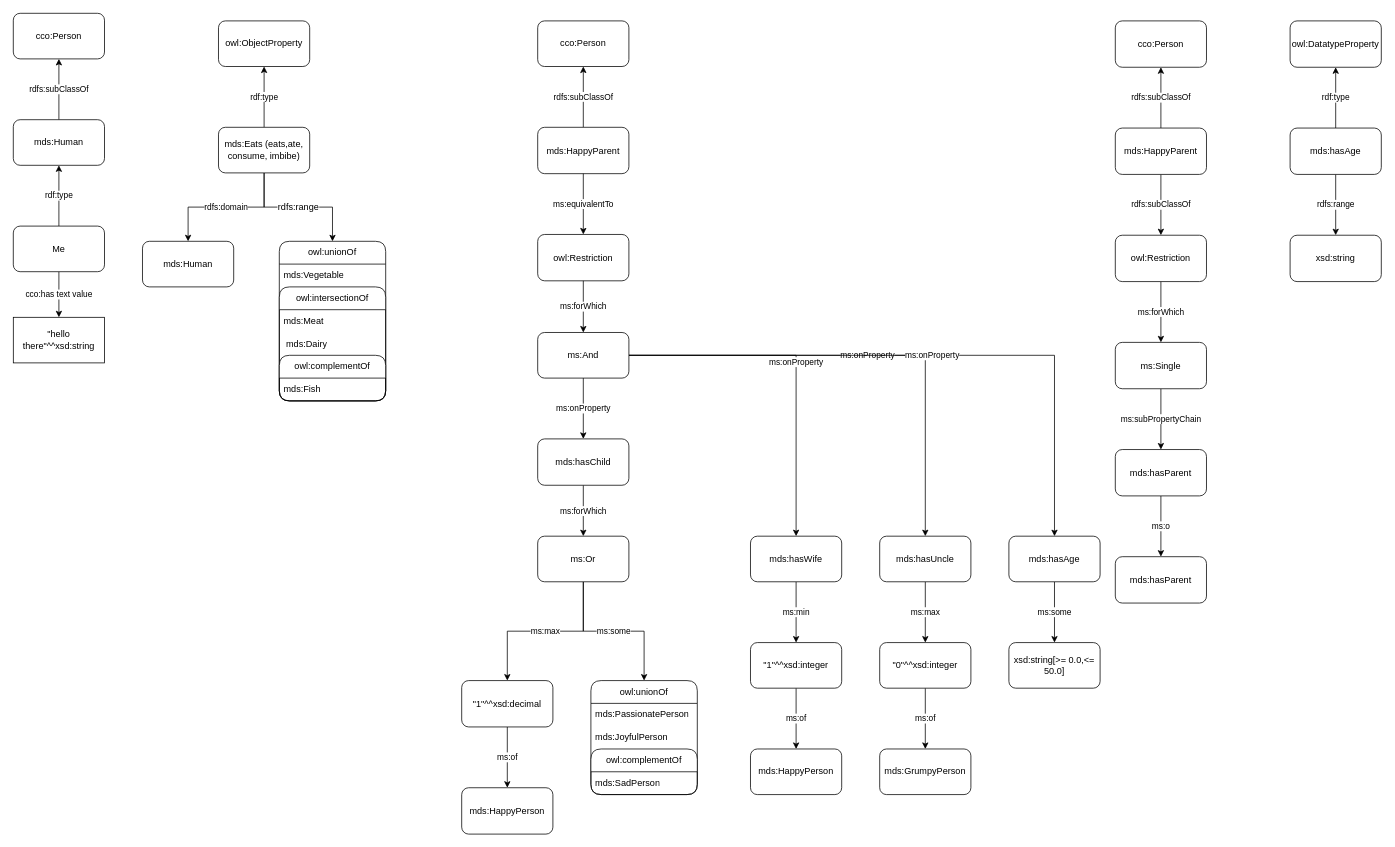
Earlier version of the draw.io diagram sandbox/axiom-test.drawio (cwru-sdle/CEMENTO). Source tidied: cells renumbered, new cells numbered last; positions are measured from the earlier drawing's top-left corner, leaving out a move shared by most shapes. Both pictures are drawn from the tidied source at 76%, with x=0, y=0 at pixel (13, 13).
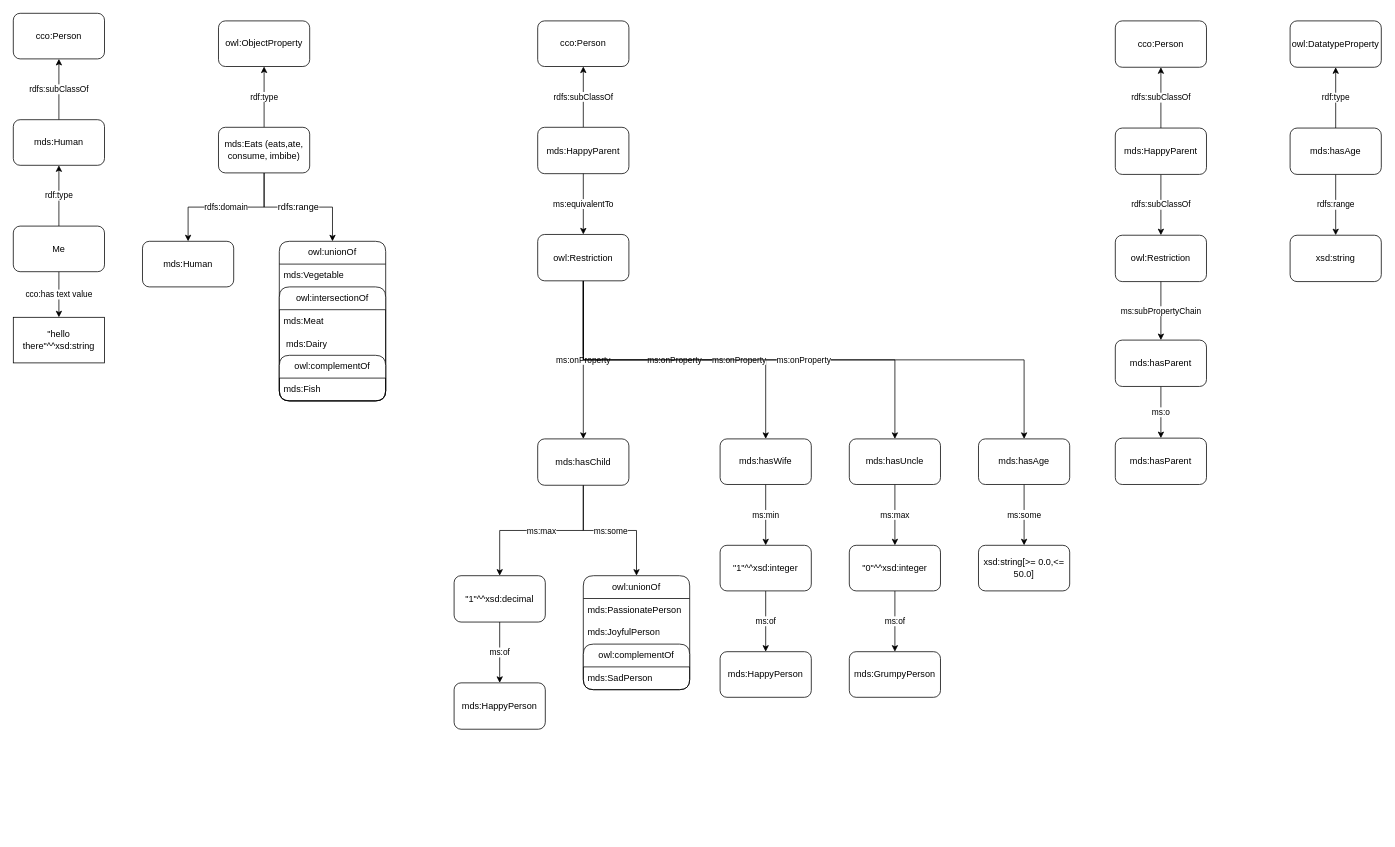
The same diagram, later.

Commit message:
updated example for testing

Unchanged cells that the change refers to:
```xml
<mxCell id="19" value="owl:Restriction" style="rounded=1;whiteSpace=wrap;html=1;" parent="1" vertex="1">
  <mxGeometry x="690" y="291" width="120" height="61" as="geometry" />
</mxCell>
<mxCell id="21" value="mds:hasChild" style="rounded=1;whiteSpace=wrap;html=1;" parent="1" vertex="1">
  <mxGeometry x="690" y="560" width="120" height="61" as="geometry" />
</mxCell>
<mxCell id="49" value="owl:Restriction" style="rounded=1;whiteSpace=wrap;html=1;" parent="1" vertex="1">
  <mxGeometry x="1450" y="292" width="120" height="61" as="geometry" />
</mxCell>
```

The edit, as a diff of the source:
```diff
@@
+    <mxCell id="75" value="ms:onProperty" style="edgeStyle=orthogonalEdgeStyle;rounded=0;jettySize=auto;html=1;exitX=0.5;exitY=1;exitDx=0;exitDy=0;entryX=0.5;entryY=0;entryDx=0;entryDy=0;" parent="1" edge="1" source="19" target="21">
+      <mxGeometry relative="1" as="geometry" />
+    </mxCell>
+    <mxCell id="76" value="ms:onProperty" style="edgeStyle=orthogonalEdgeStyle;rounded=0;jettySize=auto;html=1;exitX=0.5;exitY=1;exitDx=0;exitDy=0;entryX=0.5;entryY=0;entryDx=0;entryDy=0;" parent="1" edge="1" source="19" target="34">
+      <mxGeometry relative="1" as="geometry" />
+    </mxCell>
+    <mxCell id="77" value="ms:onProperty" style="edgeStyle=orthogonalEdgeStyle;rounded=0;jettySize=auto;html=1;exitX=0.5;exitY=1;exitDx=0;exitDy=0;entryX=0.5;entryY=0;entryDx=0;entryDy=0;" parent="1" edge="1" source="19" target="63">
+      <mxGeometry relative="1" as="geometry" />
+    </mxCell>
+    <mxCell id="78" value="ms:onProperty" style="edgeStyle=orthogonalEdgeStyle;rounded=0;jettySize=auto;html=1;exitX=0.5;exitY=1;exitDx=0;exitDy=0;entryX=0.5;entryY=0;entryDx=0;entryDy=0;" parent="1" edge="1" source="19" target="73">
+      <mxGeometry relative="1" as="geometry" />
+    </mxCell>
@@
-    <mxCell id="20" value="ms:forWhich" style="edgeStyle=orthogonalEdgeStyle;rounded=0;jettySize=auto;html=1;" parent="1" edge="1" source="21" target="32">
-      <mxGeometry relative="1" as="geometry" />
-    </mxCell>
+    <mxCell id="31" value="ms:some" style="edgeStyle=orthogonalEdgeStyle;rounded=0;jettySize=auto;html=1;exitX=0.5;exitY=1;exitDx=0;exitDy=0;entryX=0.5;entryY=0;entryDx=0;entryDy=0;" parent="1" edge="1" source="21" target="25">
+      <mxGeometry relative="1" as="geometry" />
+    </mxCell>
@@
+    <mxCell id="30" value="ms:max" style="edgeStyle=orthogonalEdgeStyle;rounded=0;jettySize=auto;html=1;exitX=0.5;exitY=1;exitDx=0;exitDy=0;entryX=0.5;entryY=0;entryDx=0;entryDy=0;" parent="1" edge="1" source="21" target="23">
+      <mxGeometry relative="1" as="geometry" />
+    </mxCell>
     <mxCell id="23" value="&quot;1&quot;^^xsd:decimal" style="rounded=1;whiteSpace=wrap;html=1;" parent="1" vertex="1">
-      <mxGeometry x="590" y="878" width="120" height="61" as="geometry" />
+      <mxGeometry x="580" y="740" width="120" height="61" as="geometry" />
     </mxCell>
     <mxCell id="24" value="&lt;div&gt;mds:HappyPerson&lt;/div&gt;" style="rounded=1;whiteSpace=wrap;html=1;" parent="1" vertex="1">
-      <mxGeometry x="590" y="1019" width="120" height="61" as="geometry" />
+      <mxGeometry x="580" y="881" width="120" height="61" as="geometry" />
     </mxCell>
     <mxCell id="25" value="owl:unionOf" style="swimlane;fontStyle=0;horizontal=1;startSize=30;whiteSpace=wrap;html=1;rounded=1;strokeColor=default;align=center;verticalAlign=middle;fontFamily=Helvetica;fontSize=12;fontColor=default;fillColor=default;" parent="1" vertex="1">
-      <mxGeometry x="760" y="878" width="140" height="150" as="geometry" />
+      <mxGeometry x="750" y="740" width="140" height="150" as="geometry" />
     </mxCell>
@@
-    <mxCell id="30" value="ms:max" style="edgeStyle=orthogonalEdgeStyle;rounded=0;jettySize=auto;html=1;exitX=0.5;exitY=1;exitDx=0;exitDy=0;entryX=0.5;entryY=0;entryDx=0;entryDy=0;" parent="1" edge="1" source="32" target="23">
-      <mxGeometry relative="1" as="geometry" />
-    </mxCell>
-    <mxCell id="31" value="ms:some" style="edgeStyle=orthogonalEdgeStyle;rounded=0;jettySize=auto;html=1;exitX=0.5;exitY=1;exitDx=0;exitDy=0;entryX=0.5;entryY=0;entryDx=0;entryDy=0;" parent="1" edge="1" source="32" target="25">
-      <mxGeometry relative="1" as="geometry" />
-    </mxCell>
-    <mxCell id="32" value="ms:Or" style="rounded=1;whiteSpace=wrap;html=1;" parent="1" vertex="1">
-      <mxGeometry x="690" y="688" width="120" height="60" as="geometry" />
-    </mxCell>
@@
     <mxCell id="34" value="mds:hasWife" style="rounded=1;whiteSpace=wrap;html=1;" parent="1" vertex="1">
-      <mxGeometry x="970" y="688" width="120" height="60" as="geometry" />
+      <mxGeometry x="930" y="560" width="120" height="60" as="geometry" />
     </mxCell>
@@
     <mxCell id="36" value="&quot;1&quot;^^xsd:integer" style="rounded=1;whiteSpace=wrap;html=1;" parent="1" vertex="1">
-      <mxGeometry x="970" y="828" width="120" height="60" as="geometry" />
+      <mxGeometry x="930" y="700" width="120" height="60" as="geometry" />
     </mxCell>
     <mxCell id="37" value="mds:HappyPerson" style="rounded=1;whiteSpace=wrap;html=1;" parent="1" vertex="1">
-      <mxGeometry x="970" y="968" width="120" height="60" as="geometry" />
+      <mxGeometry x="930" y="840" width="120" height="60" as="geometry" />
     </mxCell>
-    <mxCell id="38" value="ms:onProperty" style="edgeStyle=orthogonalEdgeStyle;rounded=0;jettySize=auto;html=1;" parent="1" edge="1" source="43" target="21">
-      <mxGeometry relative="1" as="geometry" />
-    </mxCell>
-    <mxCell id="39" value="ms:onProperty" style="edgeStyle=orthogonalEdgeStyle;rounded=0;jettySize=auto;html=1;exitX=1;exitY=0.5;exitDx=0;exitDy=0;entryX=0.5;entryY=0;entryDx=0;entryDy=0;" parent="1" edge="1" source="43" target="34">
-      <mxGeometry relative="1" as="geometry" />
-    </mxCell>
-    <mxCell id="40" value="ms:forWhich" style="edgeStyle=orthogonalEdgeStyle;rounded=0;jettySize=auto;html=1;" parent="1" edge="1" source="19" target="43">
-      <mxGeometry relative="1" as="geometry" />
-    </mxCell>
-    <mxCell id="41" value="ms:onProperty" style="edgeStyle=orthogonalEdgeStyle;rounded=0;jettySize=auto;html=1;exitX=1;exitY=0.5;exitDx=0;exitDy=0;entryX=0.5;entryY=0;entryDx=0;entryDy=0;" parent="1" edge="1" source="43" target="63">
-      <mxGeometry relative="1" as="geometry" />
-    </mxCell>
-    <mxCell id="42" value="ms:onProperty" style="edgeStyle=orthogonalEdgeStyle;rounded=0;jettySize=auto;html=1;exitX=1;exitY=0.5;exitDx=0;exitDy=0;entryX=0.5;entryY=0;entryDx=0;entryDy=0;" parent="1" edge="1" source="43" target="73">
-      <mxGeometry relative="1" as="geometry" />
-    </mxCell>
-    <mxCell id="43" value="ms:And" style="rounded=1;whiteSpace=wrap;html=1;" parent="1" vertex="1">
-      <mxGeometry x="690" y="420" width="120" height="60" as="geometry" />
-    </mxCell>
@@
-    <mxCell id="48" value="ms:forWhich" style="edgeStyle=orthogonalEdgeStyle;rounded=0;jettySize=auto;html=1;" parent="1" edge="1" source="49" target="51">
-      <mxGeometry relative="1" as="geometry" />
-    </mxCell>
@@
-    <mxCell id="50" value="ms:subPropertyChain" style="edgeStyle=orthogonalEdgeStyle;rounded=0;jettySize=auto;html=1;" parent="1" edge="1" source="51" target="53">
+    <mxCell id="50" value="ms:subPropertyChain" style="edgeStyle=orthogonalEdgeStyle;rounded=0;jettySize=auto;html=1;exitX=0.5;exitY=1;exitDx=0;exitDy=0;" parent="1" edge="1" source="49" target="53">
       <mxGeometry relative="1" as="geometry" />
     </mxCell>
-    <mxCell id="51" value="ms:Single" style="rounded=1;whiteSpace=wrap;html=1;" parent="1" vertex="1">
-      <mxGeometry x="1450" y="433" width="120" height="61" as="geometry" />
-    </mxCell>
@@
     <mxCell id="53" value="mds:hasParent" style="rounded=1;whiteSpace=wrap;html=1;" parent="1" vertex="1">
-      <mxGeometry x="1450" y="574" width="120" height="61" as="geometry" />
+      <mxGeometry x="1450" y="430" width="120" height="61" as="geometry" />
     </mxCell>
     <mxCell id="54" value="mds:hasParent" style="rounded=1;whiteSpace=wrap;html=1;" parent="1" vertex="1">
-      <mxGeometry x="1450" y="715" width="120" height="61" as="geometry" />
+      <mxGeometry x="1450" y="559" width="120" height="61" as="geometry" />
     </mxCell>
@@
     <mxCell id="63" value="mds:hasUncle" style="rounded=1;whiteSpace=wrap;html=1;" parent="1" vertex="1">
-      <mxGeometry x="1140" y="688" width="120" height="60" as="geometry" />
+      <mxGeometry x="1100" y="560" width="120" height="60" as="geometry" />
     </mxCell>
@@
     <mxCell id="65" value="&quot;0&quot;^^xsd:integer" style="rounded=1;whiteSpace=wrap;html=1;" parent="1" vertex="1">
-      <mxGeometry x="1140" y="828" width="120" height="60" as="geometry" />
+      <mxGeometry x="1100" y="700" width="120" height="60" as="geometry" />
     </mxCell>
     <mxCell id="66" value="mds:GrumpyPerson" style="rounded=1;whiteSpace=wrap;html=1;" parent="1" vertex="1">
-      <mxGeometry x="1140" y="968" width="120" height="60" as="geometry" />
+      <mxGeometry x="1100" y="840" width="120" height="60" as="geometry" />
     </mxCell>
@@
     <mxCell id="73" value="mds:hasAge" style="rounded=1;whiteSpace=wrap;html=1;" parent="1" vertex="1">
-      <mxGeometry x="1310" y="688" width="120" height="60" as="geometry" />
+      <mxGeometry x="1270" y="560" width="120" height="60" as="geometry" />
     </mxCell>
     <mxCell id="74" value="xsd:string[&amp;gt;= 0.0,&amp;lt;= 50.0]" style="rounded=1;whiteSpace=wrap;html=1;" parent="1" vertex="1">
-      <mxGeometry x="1310" y="828" width="120" height="60" as="geometry" />
+      <mxGeometry x="1270" y="700" width="120" height="60" as="geometry" />
     </mxCell>
```
